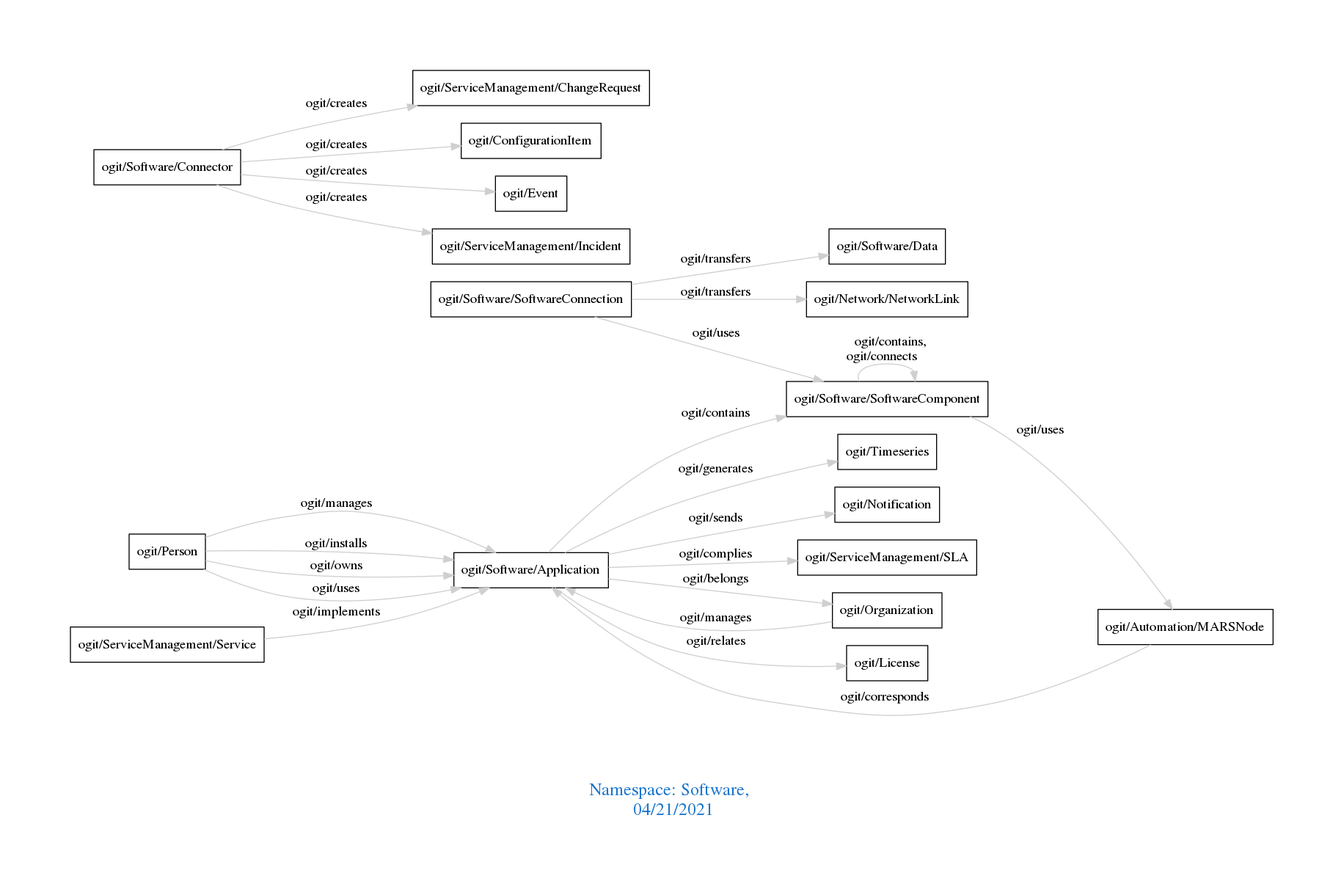
Earlier version of the Graphviz export downloads/Software.png (arago/OGIT). Its source is kept beside it as downloads/Software.dot.
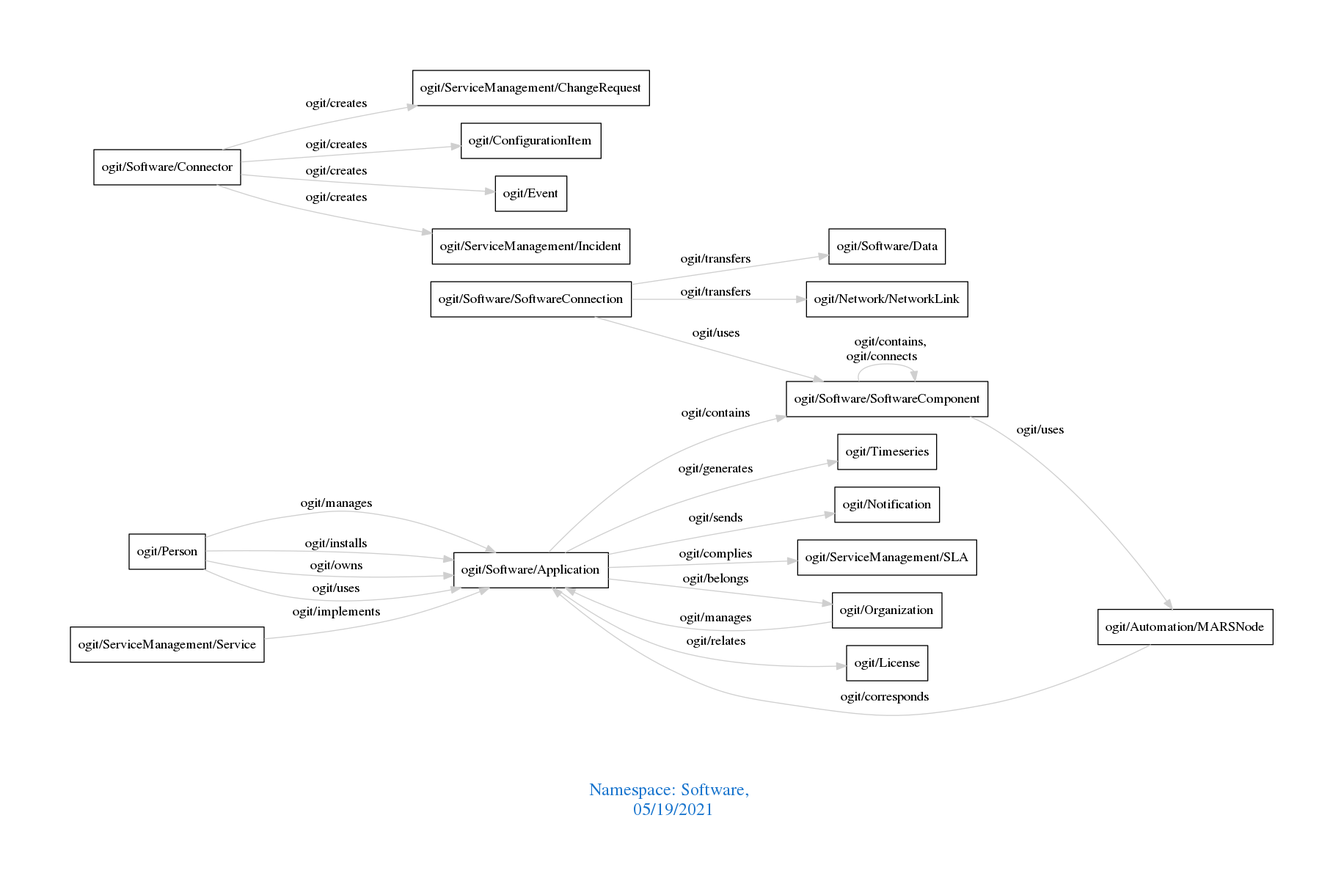
The same file after the commit.

Diff of the diagram source:
```diff
@@ -1,7 +1,7 @@
 digraph OGIT_ontology {
  graph [ rankdir= LR,pad=1
 fontsize = 18,
-fontcolor= dodgerblue3,label = "\n\n\nNamespace: Software, \n 04/21/2021"];
+fontcolor= dodgerblue3,label = "\n\n\nNamespace: Software, \n 05/19/2021"];
 node[shape=polygon];
 edge [  color="gray81"];
 
```
